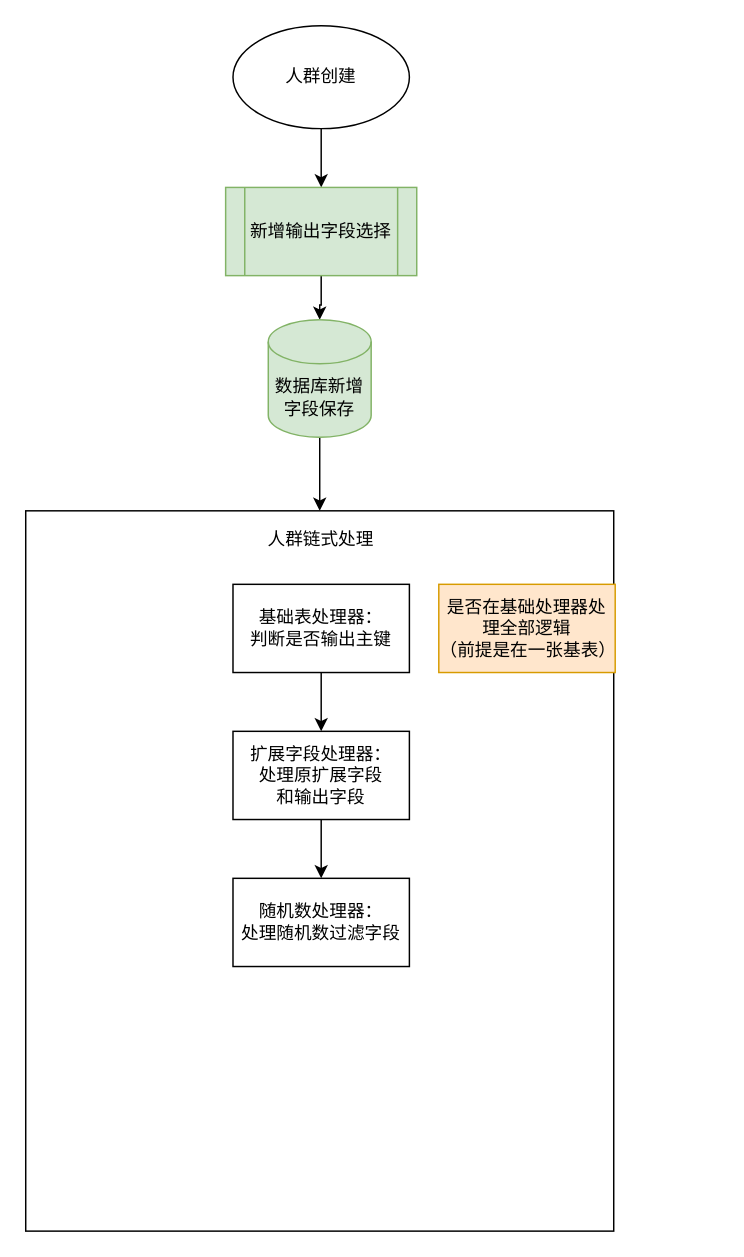
This is 人群附带字段.drawio from 1418956397/JavaWeb-Project-Source-Share, a draw.io file, before an edit. Source tidied: cells renumbered, new cells numbered last; positions are measured from the earlier drawing's top-left corner, leaving out a move shared by most shapes. Both pictures are drawn from the tidied source at 147%, with x=0, y=0 at pixel (25, 25).
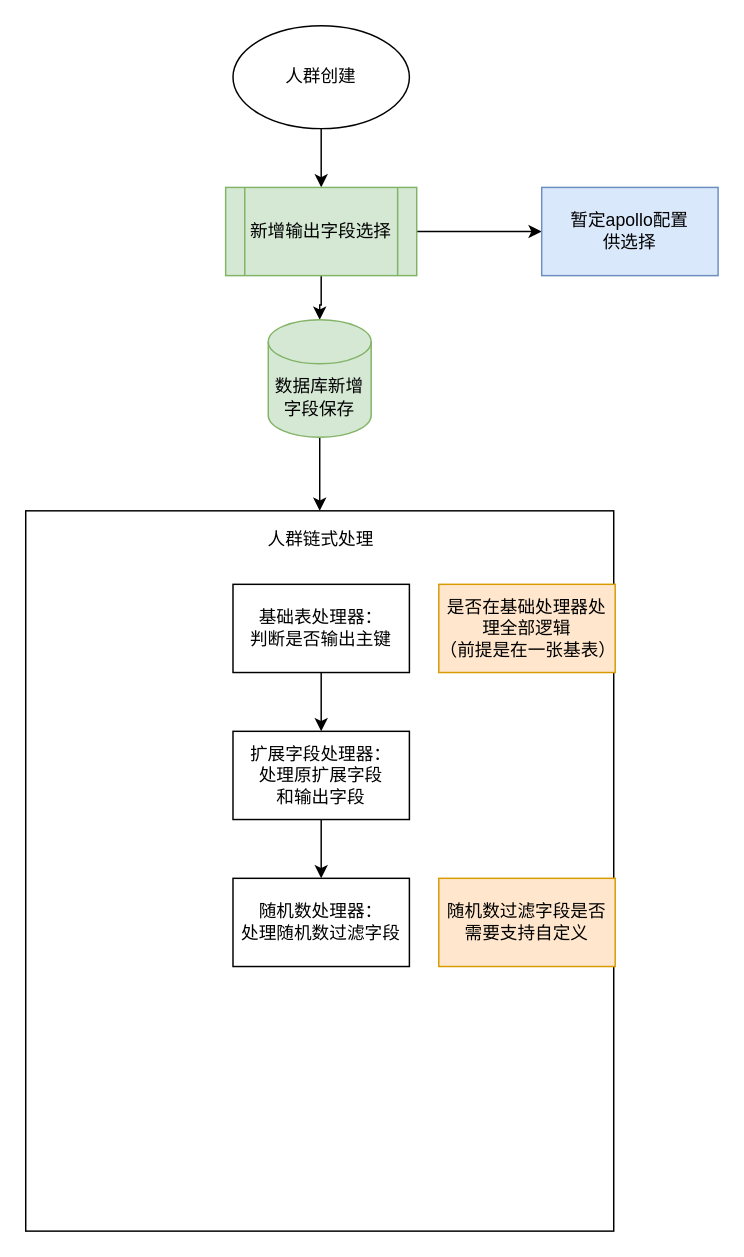
Above is the later version.

Commit message:
更新人群附带字段.drawio

What changed in the source:
```diff
@@
 <mxGraphModel>
   <root>
     <mxCell id="0" />
     <mxCell id="1" parent="0" />
     <mxCell id="2" style="edgeStyle=orthogonalEdgeStyle;rounded=0;jettySize=auto;html=1;" parent="1" edge="1" source="3" target="5">
       <mxGeometry relative="1" as="geometry" />
     </mxCell>
     <mxCell id="3" value="人群创建" style="ellipse;whiteSpace=wrap;html=1;" parent="1" vertex="1">
       <mxGeometry x="141" width="120" height="70" as="geometry" />
     </mxCell>
     <mxCell id="4" style="edgeStyle=orthogonalEdgeStyle;rounded=0;jettySize=auto;html=1;fontFamily=Helvetica;fontSize=12;fontColor=default;" parent="1" edge="1" source="5" target="11">
       <mxGeometry relative="1" as="geometry" />
     </mxCell>
+    <mxCell id="16" style="edgeStyle=orthogonalEdgeStyle;rounded=0;jettySize=auto;html=1;fontFamily=Helvetica;fontSize=12;fontColor=default;" parent="1" edge="1" source="5" target="17">
+      <mxGeometry relative="1" as="geometry" />
+    </mxCell>
     <mxCell id="5" value="新增输出字段选择" style="shape=process;whiteSpace=wrap;html=1;backgroundOutline=1;fillColor=#d5e8d4;strokeColor=#82b366;" parent="1" vertex="1">
       <mxGeometry x="136" y="110" width="130" height="60" as="geometry" />
     </mxCell>
     <mxCell id="6" style="edgeStyle=orthogonalEdgeStyle;rounded=0;jettySize=auto;html=1;fontFamily=Helvetica;fontSize=12;fontColor=default;" parent="1" edge="1" source="11" target="7">
       <mxGeometry relative="1" as="geometry" />
     </mxCell>
     <mxCell id="7" style="whiteSpace=wrap;html=1;" parent="1" vertex="1">
       <mxGeometry y="330" width="400" height="490" as="geometry" />
     </mxCell>
     <mxCell id="8" value="人群链式处理" style="text;html=1;align=center;verticalAlign=middle;whiteSpace=wrap;rounded=0;fontFamily=Helvetica;fontSize=12;fontColor=default;" parent="1" vertex="1">
       <mxGeometry x="156" y="340" width="90" height="20" as="geometry" />
     </mxCell>
     <mxCell id="9" style="edgeStyle=orthogonalEdgeStyle;rounded=0;jettySize=auto;html=1;fontFamily=Helvetica;fontSize=12;fontColor=default;" parent="1" edge="1" source="10" target="13">
       <mxGeometry relative="1" as="geometry" />
     </mxCell>
     <mxCell id="10" value="基础表处理器：&lt;div&gt;判断是否输出主键&lt;/div&gt;" style="rounded=0;whiteSpace=wrap;html=1;strokeColor=default;align=center;verticalAlign=middle;fontFamily=Helvetica;fontSize=12;fontColor=default;fillColor=default;" parent="1" vertex="1">
       <mxGeometry x="141" y="380" width="120" height="60" as="geometry" />
     </mxCell>
     <mxCell id="11" value="数据库新增字段保存" style="shape=cylinder3;whiteSpace=wrap;html=1;boundedLbl=1;backgroundOutline=1;size=15;strokeColor=#82b366;align=center;verticalAlign=middle;fontFamily=Helvetica;fontSize=12;fillColor=#d5e8d4;" parent="1" vertex="1">
       <mxGeometry x="165" y="200" width="70" height="80" as="geometry" />
     </mxCell>
     <mxCell id="12" style="edgeStyle=orthogonalEdgeStyle;rounded=0;jettySize=auto;html=1;fontFamily=Helvetica;fontSize=12;fontColor=default;" parent="1" edge="1" source="13" target="15">
       <mxGeometry relative="1" as="geometry" />
     </mxCell>
     <mxCell id="13" value="扩展字段处理器：&lt;div&gt;处理原扩展字段&lt;/div&gt;&lt;div&gt;和输出字段&lt;/div&gt;" style="whiteSpace=wrap;html=1;rounded=0;" parent="1" vertex="1">
       <mxGeometry x="141" y="480" width="120" height="60" as="geometry" />
     </mxCell>
     <mxCell id="14" value="是否在基础处理器处理全部逻辑&lt;div&gt;（前提是在一张基表）&lt;/div&gt;" style="rounded=0;whiteSpace=wrap;html=1;strokeColor=#d79b00;align=center;verticalAlign=middle;fontFamily=Helvetica;fontSize=12;fillColor=#ffe6cc;" parent="1" vertex="1">
       <mxGeometry x="281" y="380" width="120" height="60" as="geometry" />
     </mxCell>
     <mxCell id="15" value="随机数处理器：&lt;div&gt;处理随机数过滤字段&lt;/div&gt;" style="whiteSpace=wrap;html=1;rounded=0;" parent="1" vertex="1">
       <mxGeometry x="141" y="580" width="120" height="60" as="geometry" />
     </mxCell>
+    <mxCell id="17" value="暂定apollo配置&lt;div&gt;供选择&lt;/div&gt;" style="rounded=0;whiteSpace=wrap;html=1;strokeColor=#6c8ebf;align=center;verticalAlign=middle;fontFamily=Helvetica;fontSize=12;fillColor=#dae8fc;" parent="1" vertex="1">
+      <mxGeometry x="351" y="110" width="120" height="60" as="geometry" />
+    </mxCell>
+    <mxCell id="18" value="随机数过滤字段是否需要支持自定义" style="rounded=0;whiteSpace=wrap;html=1;strokeColor=#d79b00;align=center;verticalAlign=middle;fontFamily=Helvetica;fontSize=12;fillColor=#ffe6cc;" parent="1" vertex="1">
+      <mxGeometry x="281" y="580" width="120" height="60" as="geometry" />
+    </mxCell>
   </root>
 </mxGraphModel>
```
